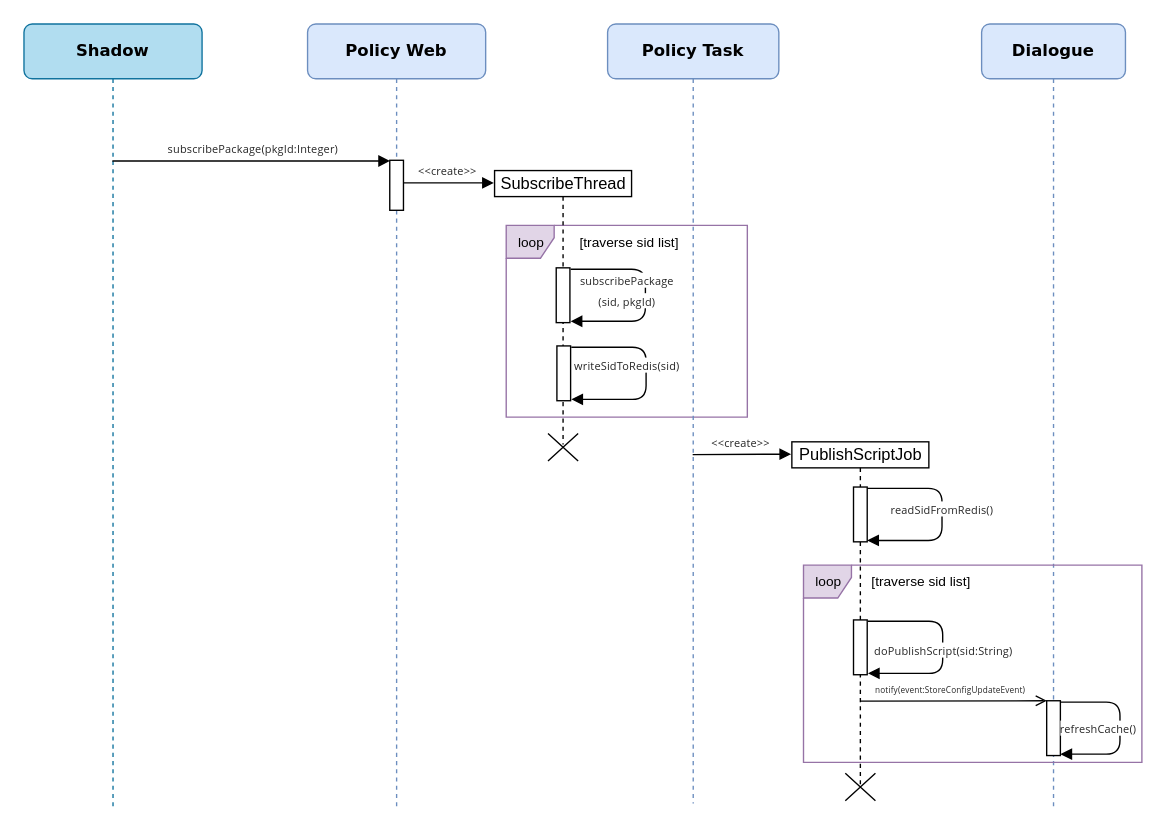
Above: leyan/dxm/Sequence Diagram 4.drawio in GeekKwok/UML (draw.io), before the change. Source tidied: cells renumbered, new cells numbered last; positions are measured from the earlier drawing's top-left corner, leaving out a move shared by most shapes. Both pictures are drawn from the tidied source at 137%, with x=0, y=0 at pixel (23, 23).
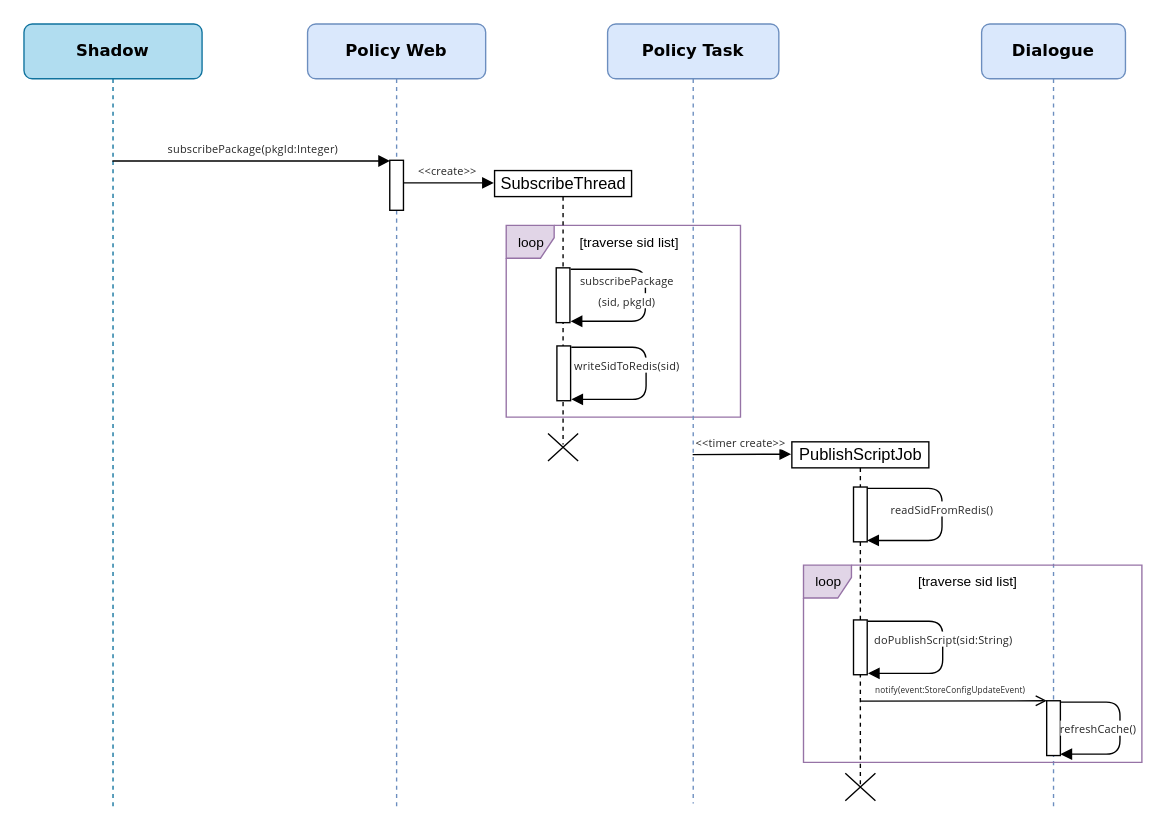
The same page after the edit.

The edit, as a diff of the source:
```diff
@@
     <mxCell id="2" value="&lt;font style=&quot;font-size: 10px&quot;&gt;loop&lt;/font&gt;" style="shape=umlFrame;tabWidth=110;tabHeight=30;tabPosition=left;html=1;boundedLbl=1;labelInHeader=1;width=35;height=24;fillColor=#e1d5e7;strokeColor=#9673a6;" parent="1" vertex="1">
-      <mxGeometry x="352" y="147" width="176" height="140" as="geometry" />
+      <mxGeometry x="352" y="147" width="171" height="140" as="geometry" />
     </mxCell>
@@
-    <mxCell id="22" value="&lt;font color=&quot;#262626&quot; face=&quot;chinese quote, segoe ui, roboto, pingfang sc, hiragino sans gb, microsoft yahei, helvetica neue, helvetica, arial, sans-serif, apple color emoji&quot;&gt;&lt;span style=&quot;font-size: 8px ; letter-spacing: 0.12px ; background-color: rgb(255 , 255 , 255)&quot;&gt;&amp;lt;&amp;lt;create&amp;gt;&amp;gt;&lt;/span&gt;&lt;/font&gt;" style="html=1;verticalAlign=bottom;endArrow=block;labelBackgroundColor=none;fontFamily=Verdana;fontSize=12;edgeStyle=elbowEdgeStyle;elbow=vertical;exitX=0.497;exitY=0.598;exitDx=0;exitDy=0;exitPerimeter=0;" parent="1" edge="1">
+    <mxCell id="22" value="&lt;font color=&quot;#262626&quot; face=&quot;chinese quote, segoe ui, roboto, pingfang sc, hiragino sans gb, microsoft yahei, helvetica neue, helvetica, arial, sans-serif, apple color emoji&quot;&gt;&lt;span style=&quot;font-size: 8px ; letter-spacing: 0.12px ; background-color: rgb(255 , 255 , 255)&quot;&gt;&amp;lt;&amp;lt;timer create&amp;gt;&amp;gt;&lt;/span&gt;&lt;/font&gt;" style="html=1;verticalAlign=bottom;endArrow=block;labelBackgroundColor=none;fontFamily=Verdana;fontSize=12;edgeStyle=elbowEdgeStyle;elbow=vertical;exitX=0.497;exitY=0.598;exitDx=0;exitDy=0;exitPerimeter=0;" parent="1" edge="1">
       <mxGeometry x="-0.04" relative="1" as="geometry">
         <mxPoint x="488.1" y="314.3" as="sourcePoint" />
         <mxPoint x="560" y="314" as="targetPoint" />
       </mxGeometry>
     </mxCell>
     <mxCell id="23" value="[traverse sid list]" style="text;fontSize=10;" parent="1" vertex="1">
-      <mxGeometry x="617" y="395" width="80" height="20" as="geometry" />
+      <mxGeometry x="651" y="395" width="80" height="20" as="geometry" />
     </mxCell>
     <mxCell id="24" value="&lt;font color=&quot;#262626&quot; face=&quot;chinese quote, segoe ui, roboto, pingfang sc, hiragino sans gb, microsoft yahei, helvetica neue, helvetica, arial, sans-serif, apple color emoji&quot;&gt;&lt;span style=&quot;font-size: 8px ; letter-spacing: 0.12px ; background-color: rgb(255 , 255 , 255)&quot;&gt;doPublishScript(sid:String)&lt;/span&gt;&lt;/font&gt;" style="html=1;verticalAlign=bottom;endArrow=block;labelBackgroundColor=none;fontFamily=Verdana;fontSize=12;elbow=vertical;edgeStyle=orthogonalEdgeStyle;exitX=1.038;exitY=0.345;exitPerimeter=0;rounded=1;" parent="1" edge="1">
-      <mxGeometry x="0.16" relative="1" as="geometry">
+      <mxGeometry x="0.05" relative="1" as="geometry">
         <mxPoint x="616" y="436" as="sourcePoint" />
         <mxPoint x="616" y="474" as="targetPoint" />
         <Array as="points">
           <mxPoint x="670.6" y="435.9" />
           <mxPoint x="670.6" y="474" />
         </Array>
       </mxGeometry>
     </mxCell>
```
